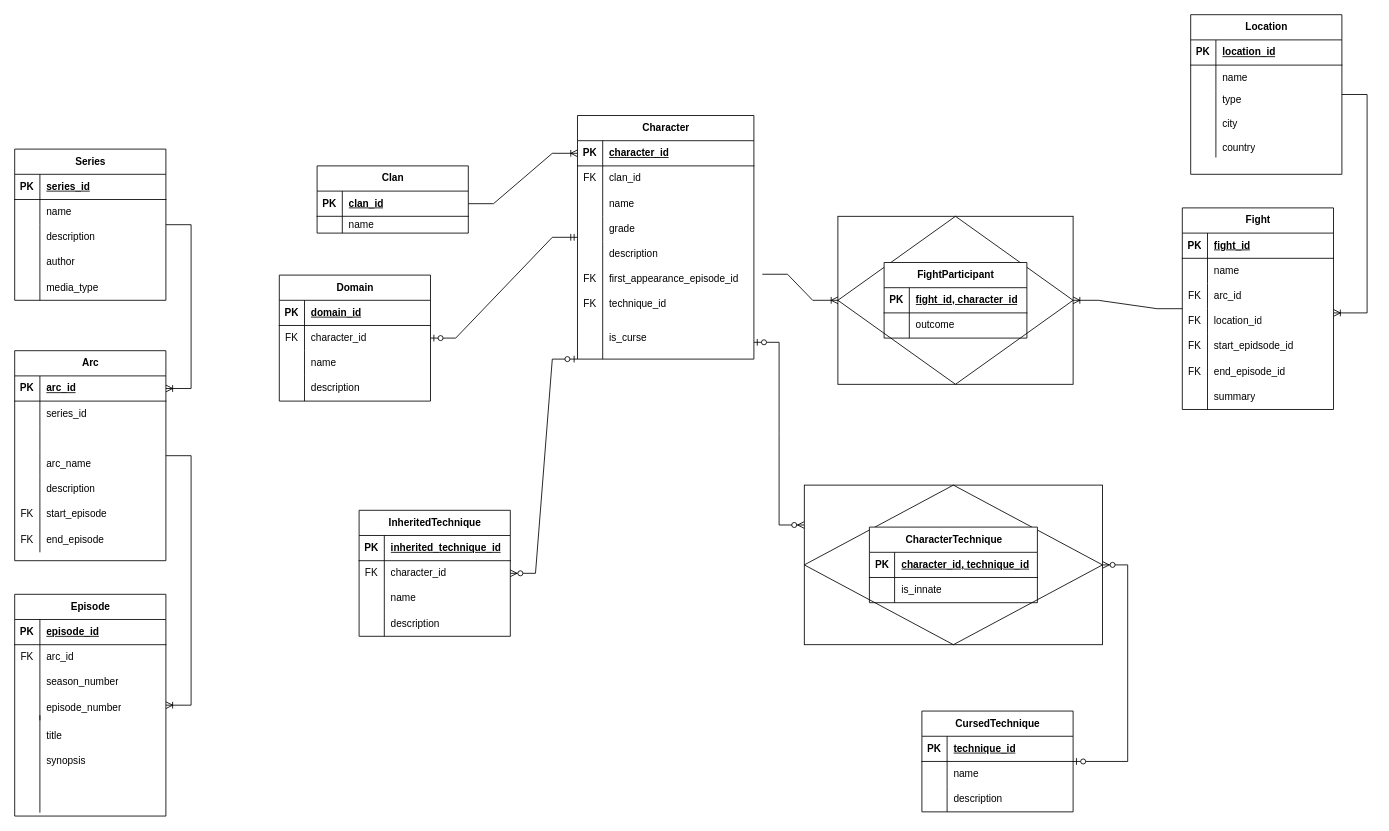
Earlier version of the draw.io diagram jujutsu_kaisen.drawio (parkerlandes/JJK_Database). Source tidied: cells renumbered, new cells numbered last; positions are measured from the earlier drawing's top-left corner, leaving out a move shared by most shapes. Both pictures are drawn from the tidied source at 84%, with x=0, y=0 at pixel (14, 14).
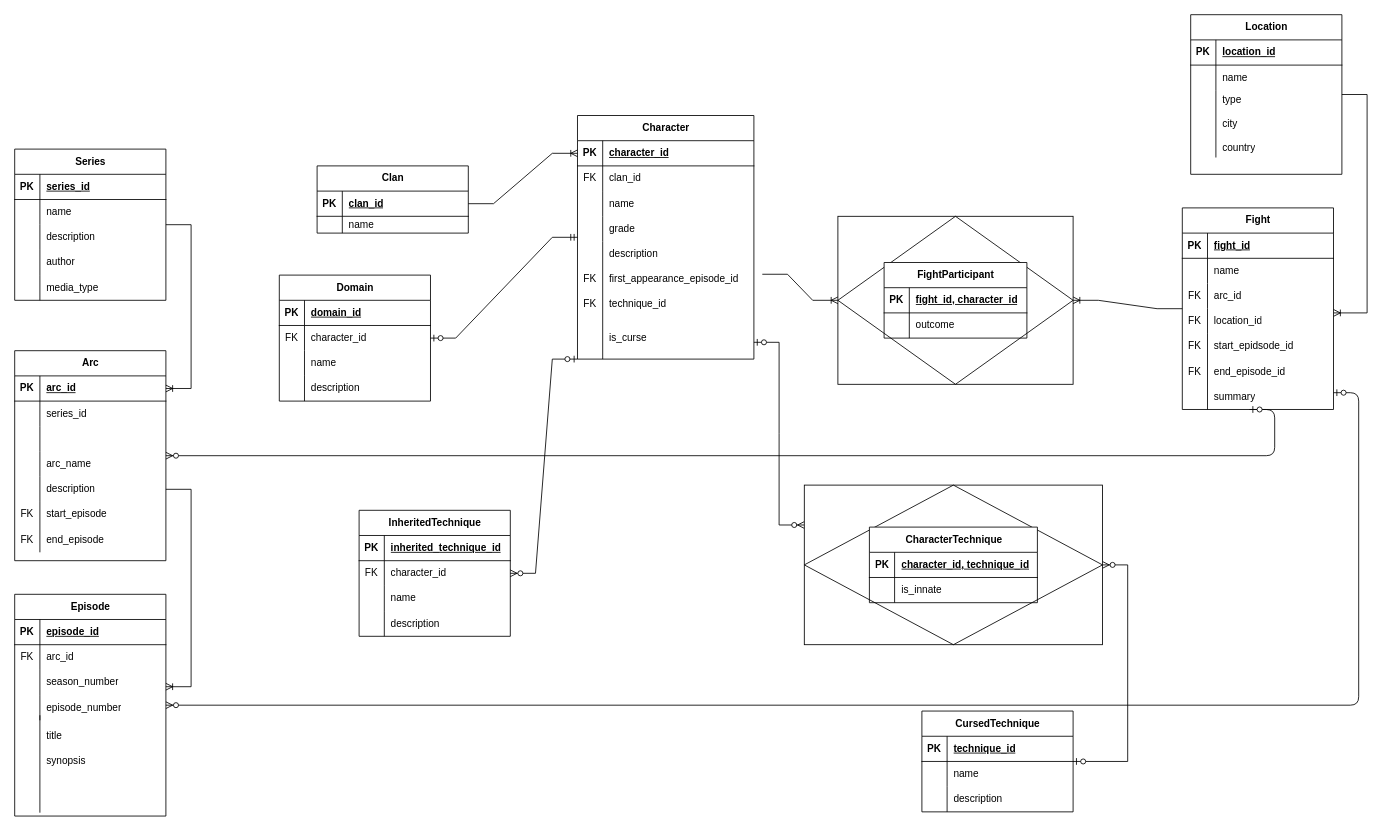
After the change.

Unchanged cells that the change refers to:
```xml
<mxCell id="111" value="Arc" style="shape=table;startSize=30;childLayout=tableLayout;rowLines=0;fontStyle=1;align=center;html=1;" parent="1" vertex="1">
  <mxGeometry y="400" width="180" height="250" as="geometry" />
</mxCell>
<mxCell id="124" style="shape=tableRow;horizontal=0;startSize=0;swimlaneHead=0;swimlaneBody=0;fillColor=none;points=[[0,0.5],[1,0.5]];portConstraint=eastwest;top=0;left=0;right=0;bottom=0;" parent="111" vertex="1">
  <mxGeometry y="150" width="180" height="30" as="geometry" />
</mxCell>
<mxCell id="132" value="Episode" style="shape=table;startSize=30;childLayout=tableLayout;rowLines=0;fontStyle=1;align=center;html=1;" parent="1" vertex="1">
  <mxGeometry y="690" width="180" height="264" as="geometry" />
</mxCell>
<mxCell id="139" style="shape=tableRow;horizontal=0;startSize=0;swimlaneHead=0;swimlaneBody=0;fillColor=none;points=[[0,0.5],[1,0.5]];portConstraint=eastwest;top=0;left=0;right=0;bottom=0;" parent="132" vertex="1">
  <mxGeometry y="90" width="180" height="30" as="geometry" />
</mxCell>
```

What changed in the source:
```diff
@@
-    <mxCell id="4" style="edgeStyle=entityRelationEdgeStyle;fontSize=12;html=1;endArrow=ERoneToMany;rounded=0;" parent="1" edge="1" source="111" target="132">
+    <mxCell id="4" style="edgeStyle=entityRelationEdgeStyle;fontSize=12;html=1;endArrow=ERoneToMany;rounded=0;entryX=1;entryY=0.667;entryDx=0;entryDy=0;entryPerimeter=0;exitX=1;exitY=0.5;exitDx=0;exitDy=0;" parent="1" edge="1" source="124" target="139">
       <mxGeometry relative="1" as="geometry" />
     </mxCell>
@@
+    <mxCell id="173" style="edgeStyle=entityRelationEdgeStyle;fontSize=12;html=1;endArrow=ERzeroToMany;startArrow=ERzeroToOne;" parent="1" edge="1" target="132">
+      <mxGeometry relative="1" as="geometry">
+        <mxPoint x="1570" y="450" as="sourcePoint" />
+        <Array as="points">
+          <mxPoint x="890" y="960" />
+        </Array>
+      </mxGeometry>
+    </mxCell>
+    <mxCell id="174" style="edgeStyle=entityRelationEdgeStyle;fontSize=12;html=1;endArrow=ERzeroToMany;startArrow=ERzeroToOne;" parent="1" edge="1" target="111">
+      <mxGeometry relative="1" as="geometry">
+        <mxPoint x="1470" y="470" as="sourcePoint" />
+        <Array as="points">
+          <mxPoint x="1430" y="240" />
+        </Array>
+      </mxGeometry>
+    </mxCell>
```
